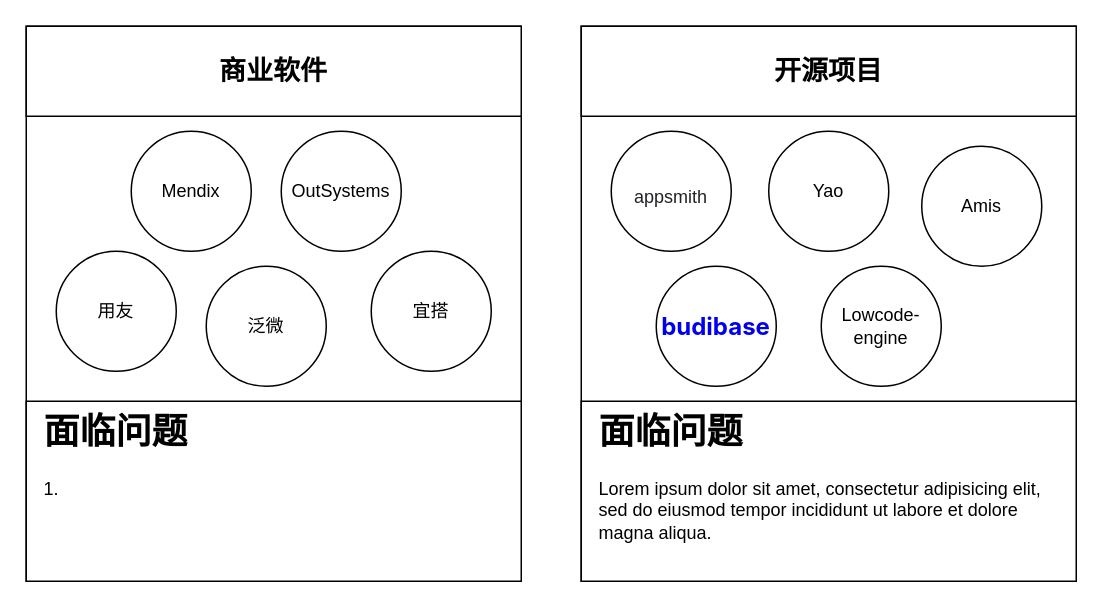
Earlier version of the draw.io diagram 低代码——国内外研究现状.drawio (tangyaosimida/love). Source tidied: cells renumbered, new cells numbered last; positions are measured from the earlier drawing's top-left corner, leaving out a move shared by most shapes. Both pictures are drawn from the tidied source at 150%, with x=0, y=0 at pixel (26, 26).
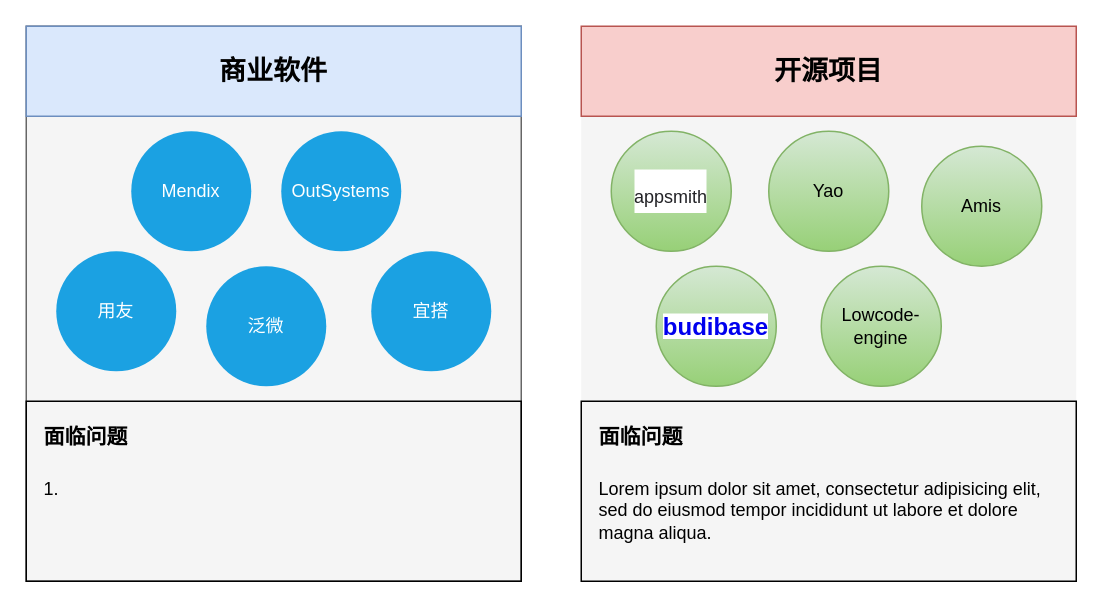
The same page after the edit.

Commit message (it also covers changes not shown here):
更新低代码——国内外研究现状.drawio

Change to the diagram source:
```diff
@@
 <mxGraphModel>
   <root>
     <mxCell id="0" />
     <mxCell id="1" parent="0" />
-    <mxCell id="2" style="rounded=0;whiteSpace=wrap;html=1;" parent="1" vertex="1">
+    <mxCell id="2" style="rounded=0;whiteSpace=wrap;html=1;fillColor=#f5f5f5;fontColor=#333333;strokeColor=#666666;" parent="1" vertex="1">
       <mxGeometry width="330" height="370" as="geometry" />
     </mxCell>
-    <mxCell id="3" style="rounded=0;whiteSpace=wrap;html=1;" parent="1" vertex="1">
+    <mxCell id="3" style="rounded=0;whiteSpace=wrap;html=1;fillColor=#f5f5f5;fontColor=#333333;strokeColor=none;" parent="1" vertex="1">
       <mxGeometry x="370" width="330" height="370" as="geometry" />
     </mxCell>
-    <mxCell id="4" style="rounded=0;whiteSpace=wrap;html=1;" parent="1" vertex="1">
+    <mxCell id="4" style="rounded=0;whiteSpace=wrap;html=1;fillColor=none;" parent="1" vertex="1">
       <mxGeometry y="250" width="330" height="120" as="geometry" />
     </mxCell>
-    <mxCell id="5" style="rounded=0;whiteSpace=wrap;html=1;" parent="1" vertex="1">
+    <mxCell id="5" style="rounded=0;whiteSpace=wrap;html=1;fillColor=none;" parent="1" vertex="1">
       <mxGeometry x="370" y="250" width="330" height="120" as="geometry" />
     </mxCell>
-    <mxCell id="6" value="用友" style="ellipse;whiteSpace=wrap;html=1;" parent="1" vertex="1">
+    <mxCell id="6" value="用友" style="ellipse;whiteSpace=wrap;html=1;fillColor=#1ba1e2;fontColor=#ffffff;strokeColor=none;" parent="1" vertex="1">
       <mxGeometry x="20" y="150" width="80" height="80" as="geometry" />
     </mxCell>
-    <mxCell id="7" value="泛微" style="ellipse;whiteSpace=wrap;html=1;" parent="1" vertex="1">
+    <mxCell id="7" value="泛微" style="ellipse;whiteSpace=wrap;html=1;fillColor=#1ba1e2;fontColor=#ffffff;strokeColor=none;" parent="1" vertex="1">
       <mxGeometry x="120" y="160" width="80" height="80" as="geometry" />
     </mxCell>
-    <mxCell id="8" value="宜搭" style="ellipse;whiteSpace=wrap;html=1;" parent="1" vertex="1">
+    <mxCell id="8" value="宜搭" style="ellipse;whiteSpace=wrap;html=1;fillColor=#1ba1e2;fontColor=#ffffff;strokeColor=none;" parent="1" vertex="1">
       <mxGeometry x="230" y="150" width="80" height="80" as="geometry" />
     </mxCell>
-    <mxCell id="9" value="&lt;a style=&quot;box-sizing: border-box; background-color: rgb(255, 255, 255); text-decoration-line: none; font-family: -apple-system, BlinkMacSystemFont, &amp;quot;Segoe UI&amp;quot;, &amp;quot;Noto Sans&amp;quot;, Helvetica, Arial, sans-serif, &amp;quot;Apple Color Emoji&amp;quot;, &amp;quot;Segoe UI Emoji&amp;quot;; font-size: 16px; text-align: start; text-wrap: nowrap;&quot; class=&quot;Link__StyledLink-sc-14289xe-0 dheQRw&quot; href=&quot;https://github.com/Budibase/budibase&quot;&gt;&lt;span style=&quot;box-sizing: border-box; overflow: hidden; text-overflow: ellipsis;&quot; class=&quot;Text-sc-17v1xeu-0 qaOIC search-match&quot;&gt;&lt;span style=&quot;box-sizing: border-box; font-weight: 700;&quot;&gt;budibase&lt;/span&gt;&lt;/span&gt;&lt;/a&gt;" style="ellipse;whiteSpace=wrap;html=1;" parent="1" vertex="1">
+    <mxCell id="9" value="&lt;a style=&quot;box-sizing: border-box; background-color: rgb(255, 255, 255); text-decoration-line: none; font-size: 16px; text-align: start; text-wrap: nowrap;&quot; class=&quot;Link__StyledLink-sc-14289xe-0 dheQRw&quot; href=&quot;https://github.com/Budibase/budibase&quot;&gt;&lt;span style=&quot;box-sizing: border-box; overflow: hidden; text-overflow: ellipsis;&quot; class=&quot;Text-sc-17v1xeu-0 qaOIC search-match&quot;&gt;&lt;span style=&quot;box-sizing: border-box; font-weight: 700;&quot;&gt;&lt;font face=&quot;Helvetica&quot;&gt;budibase&lt;/font&gt;&lt;/span&gt;&lt;/span&gt;&lt;/a&gt;" style="ellipse;whiteSpace=wrap;html=1;strokeColor=#82b366;fillColor=#d5e8d4;gradientColor=#97d077;" parent="1" vertex="1">
       <mxGeometry x="420" y="160" width="80" height="80" as="geometry" />
     </mxCell>
-    <mxCell id="10" value="&lt;span style=&quot;font-family: 等线; vertical-align: baseline;&quot;&gt;Lowcode&lt;/span&gt;&lt;span style=&quot;font-family: 等线; vertical-align: baseline;&quot;&gt;-engine&lt;/span&gt;" style="ellipse;whiteSpace=wrap;html=1;" parent="1" vertex="1">
+    <mxCell id="10" value="&lt;font face=&quot;Helvetica&quot;&gt;&lt;span style=&quot;vertical-align: baseline;&quot;&gt;Lowcode&lt;/span&gt;&lt;span style=&quot;vertical-align: baseline;&quot;&gt;-engine&lt;/span&gt;&lt;/font&gt;" style="ellipse;whiteSpace=wrap;html=1;strokeColor=#82b366;fillColor=#d5e8d4;gradientColor=#97d077;" parent="1" vertex="1">
       <mxGeometry x="530" y="160" width="80" height="80" as="geometry" />
     </mxCell>
-    <mxCell id="11" value="&lt;span style=&quot;font-family: 等线; vertical-align: baseline;&quot;&gt;Amis&lt;/span&gt;" style="ellipse;whiteSpace=wrap;html=1;" parent="1" vertex="1">
+    <mxCell id="11" value="&lt;span style=&quot;vertical-align: baseline;&quot;&gt;&lt;font face=&quot;Helvetica&quot;&gt;Amis&lt;/font&gt;&lt;/span&gt;" style="ellipse;whiteSpace=wrap;html=1;strokeColor=#82b366;fillColor=#d5e8d4;gradientColor=#97d077;" parent="1" vertex="1">
       <mxGeometry x="597" y="80" width="80" height="80" as="geometry" />
     </mxCell>
-    <mxCell id="12" value="&lt;h1 style=&quot;box-sizing: border-box; outline: 0px; margin: 0px; padding: 0px; font-family: &amp;quot;PingFang SC&amp;quot;, &amp;quot;Microsoft YaHei&amp;quot;, SimHei, Arial, SimSun; overflow-wrap: break-word; color: rgb(34, 34, 38); word-break: break-all; font-variant-ligatures: common-ligatures; text-align: start; background-color: rgb(255, 255, 255);&quot; id=&quot;articleContentId&quot; class=&quot;title-article&quot;&gt;&lt;font style=&quot;font-size: 12px; font-weight: normal;&quot;&gt;appsmith&lt;/font&gt;&lt;/h1&gt;" style="ellipse;whiteSpace=wrap;html=1;" parent="1" vertex="1">
+    <mxCell id="12" value="&lt;h1 style=&quot;box-sizing: border-box; outline: 0px; margin: 0px; padding: 0px; overflow-wrap: break-word; color: rgb(34, 34, 38); word-break: break-all; font-variant-ligatures: common-ligatures; text-align: start; background-color: rgb(255, 255, 255);&quot; id=&quot;articleContentId&quot; class=&quot;title-article&quot;&gt;&lt;font face=&quot;Helvetica&quot; style=&quot;font-size: 12px; font-weight: normal;&quot;&gt;appsmith&lt;/font&gt;&lt;/h1&gt;" style="ellipse;whiteSpace=wrap;html=1;fillColor=#d5e8d4;strokeColor=#82b366;gradientColor=#97d077;" parent="1" vertex="1">
       <mxGeometry x="390" y="70" width="80" height="80" as="geometry" />
     </mxCell>
-    <mxCell id="13" value="Mendix" style="ellipse;whiteSpace=wrap;html=1;" parent="1" vertex="1">
+    <mxCell id="13" value="Mendix" style="ellipse;whiteSpace=wrap;html=1;fillColor=#1ba1e2;fontColor=#ffffff;strokeColor=none;" parent="1" vertex="1">
       <mxGeometry x="70" y="70" width="80" height="80" as="geometry" />
     </mxCell>
-    <mxCell id="14" value="&lt;font size=&quot;1&quot; style=&quot;&quot;&gt;&lt;b style=&quot;font-size: 18px;&quot;&gt;商业软件&lt;/b&gt;&lt;/font&gt;" style="rounded=0;whiteSpace=wrap;html=1;" parent="1" vertex="1">
+    <mxCell id="14" value="&lt;font size=&quot;1&quot; style=&quot;&quot;&gt;&lt;b style=&quot;font-size: 18px;&quot;&gt;商业软件&lt;/b&gt;&lt;/font&gt;" style="rounded=0;whiteSpace=wrap;html=1;fillColor=#dae8fc;strokeColor=#6c8ebf;" parent="1" vertex="1">
       <mxGeometry width="330" height="60" as="geometry" />
     </mxCell>
-    <mxCell id="15" value="&lt;font style=&quot;font-size: 18px;&quot;&gt;&lt;b&gt;开源项目&lt;/b&gt;&lt;/font&gt;" style="rounded=0;whiteSpace=wrap;html=1;" parent="1" vertex="1">
+    <mxCell id="15" value="&lt;font style=&quot;font-size: 18px;&quot;&gt;&lt;b&gt;开源项目&lt;/b&gt;&lt;/font&gt;" style="rounded=0;whiteSpace=wrap;html=1;fillColor=#f8cecc;strokeColor=#b85450;" parent="1" vertex="1">
       <mxGeometry x="370" width="330" height="60" as="geometry" />
     </mxCell>
-    <mxCell id="16" value="&lt;h1 style=&quot;margin-top: 0px;&quot;&gt;面临问题&lt;/h1&gt;&lt;p&gt;1.&lt;/p&gt;" style="text;html=1;whiteSpace=wrap;overflow=hidden;rounded=0;" parent="1" vertex="1">
+    <mxCell id="16" value="&lt;h1 style=&quot;margin-top: 0px;&quot;&gt;&lt;font style=&quot;font-size: 14px;&quot;&gt;面临问题&lt;/font&gt;&lt;/h1&gt;&lt;p&gt;1.&lt;/p&gt;" style="text;html=1;whiteSpace=wrap;overflow=hidden;rounded=0;" parent="1" vertex="1">
       <mxGeometry x="10" y="250" width="310" height="120" as="geometry" />
     </mxCell>
-    <mxCell id="17" value="&lt;h1 style=&quot;margin-top: 0px;&quot;&gt;面临问题&lt;/h1&gt;&lt;p&gt;Lorem ipsum dolor sit amet, consectetur adipisicing elit, sed do eiusmod tempor incididunt ut labore et dolore magna aliqua.&lt;/p&gt;" style="text;html=1;whiteSpace=wrap;overflow=hidden;rounded=0;" parent="1" vertex="1">
+    <mxCell id="17" value="&lt;h1 style=&quot;margin-top: 0px;&quot;&gt;&lt;font style=&quot;font-size: 14px;&quot;&gt;面临问题&lt;/font&gt;&lt;/h1&gt;&lt;p&gt;Lorem ipsum dolor sit amet, consectetur adipisicing elit, sed do eiusmod tempor incididunt ut labore et dolore magna aliqua.&lt;/p&gt;" style="text;html=1;whiteSpace=wrap;overflow=hidden;rounded=0;" parent="1" vertex="1">
       <mxGeometry x="380" y="250" width="310" height="120" as="geometry" />
     </mxCell>
-    <mxCell id="18" value="&lt;span style=&quot;font-family: 等线; vertical-align: baseline;&quot;&gt;Yao&lt;/span&gt;" style="ellipse;whiteSpace=wrap;html=1;" parent="1" vertex="1">
+    <mxCell id="18" value="&lt;span style=&quot;vertical-align: baseline;&quot;&gt;&lt;font face=&quot;Helvetica&quot;&gt;Yao&lt;/font&gt;&lt;/span&gt;" style="ellipse;whiteSpace=wrap;html=1;strokeColor=#82b366;fillColor=#d5e8d4;gradientColor=#97d077;" parent="1" vertex="1">
       <mxGeometry x="495" y="70" width="80" height="80" as="geometry" />
     </mxCell>
-    <mxCell id="19" value="&lt;span style=&quot;font-family: 等线; vertical-align: baseline;&quot;&gt;OutSystems&lt;/span&gt;" style="ellipse;whiteSpace=wrap;html=1;" parent="1" vertex="1">
+    <mxCell id="19" value="&lt;span style=&quot;vertical-align: baseline;&quot;&gt;&lt;font face=&quot;Helvetica&quot;&gt;OutSystems&lt;/font&gt;&lt;/span&gt;" style="ellipse;whiteSpace=wrap;html=1;fillColor=#1ba1e2;fontColor=#ffffff;strokeColor=none;" parent="1" vertex="1">
       <mxGeometry x="170" y="70" width="80" height="80" as="geometry" />
     </mxCell>
   </root>
 </mxGraphModel>
```
